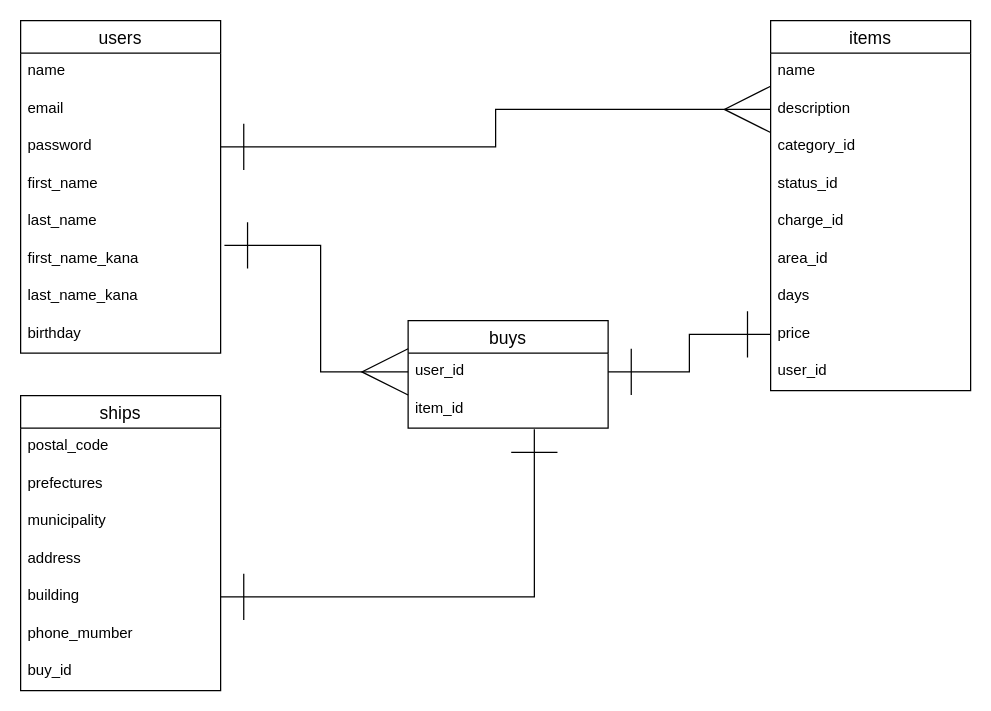
The draw.io diagram test.dio in SUTERA161953/furima-35196, before the edit. Source tidied: cells renumbered, new cells numbered last; positions are measured from the earlier drawing's top-left corner, leaving out a move shared by most shapes. Both pictures are drawn from the tidied source at 125%, with x=0, y=0 at pixel (20, 20).
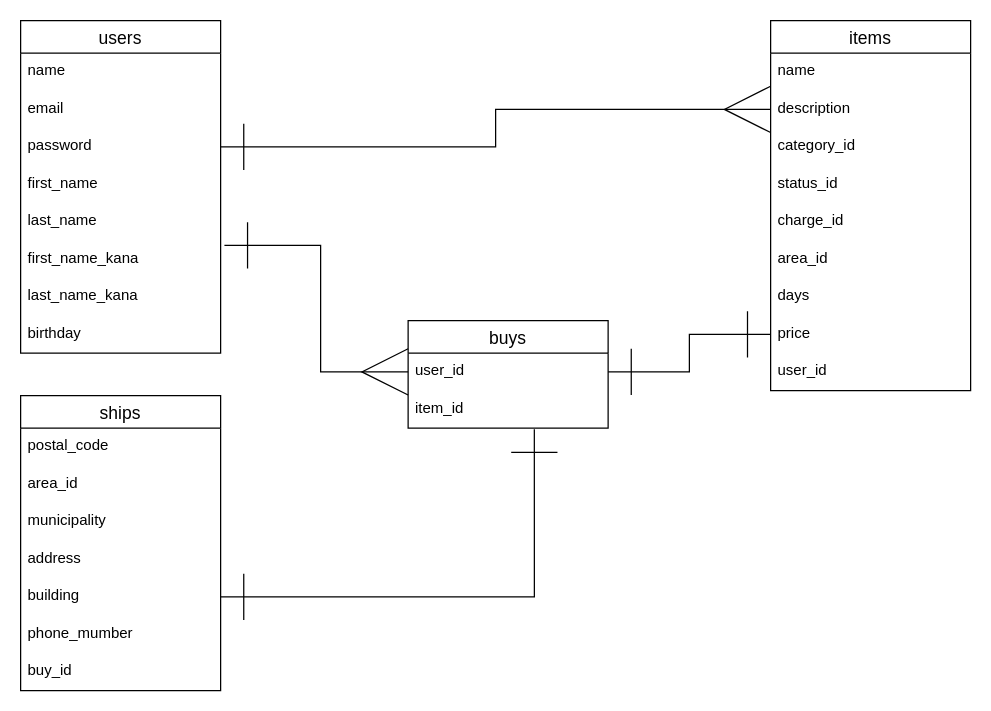
The same diagram, later.

The change refers to these unchanged cells:
```xml
<mxCell id="25" value="ships" style="swimlane;fontStyle=0;horizontal=1;startSize=26;align=center;fontSize=14;" parent="1" vertex="1">
  <mxGeometry y="300" width="160" height="236" as="geometry" />
</mxCell>
```

Diff of the diagram source:
```diff
@@
-    <mxCell id="27" value="prefectures" style="text;strokeColor=none;fillColor=none;spacingLeft=4;spacingRight=4;overflow=hidden;fontSize=12;" parent="25" vertex="1">
+    <mxCell id="27" value="area_id" style="text;strokeColor=none;fillColor=none;spacingLeft=4;spacingRight=4;overflow=hidden;fontSize=12;" parent="25" vertex="1">
       <mxGeometry y="56" width="160" height="30" as="geometry" />
     </mxCell>
```
